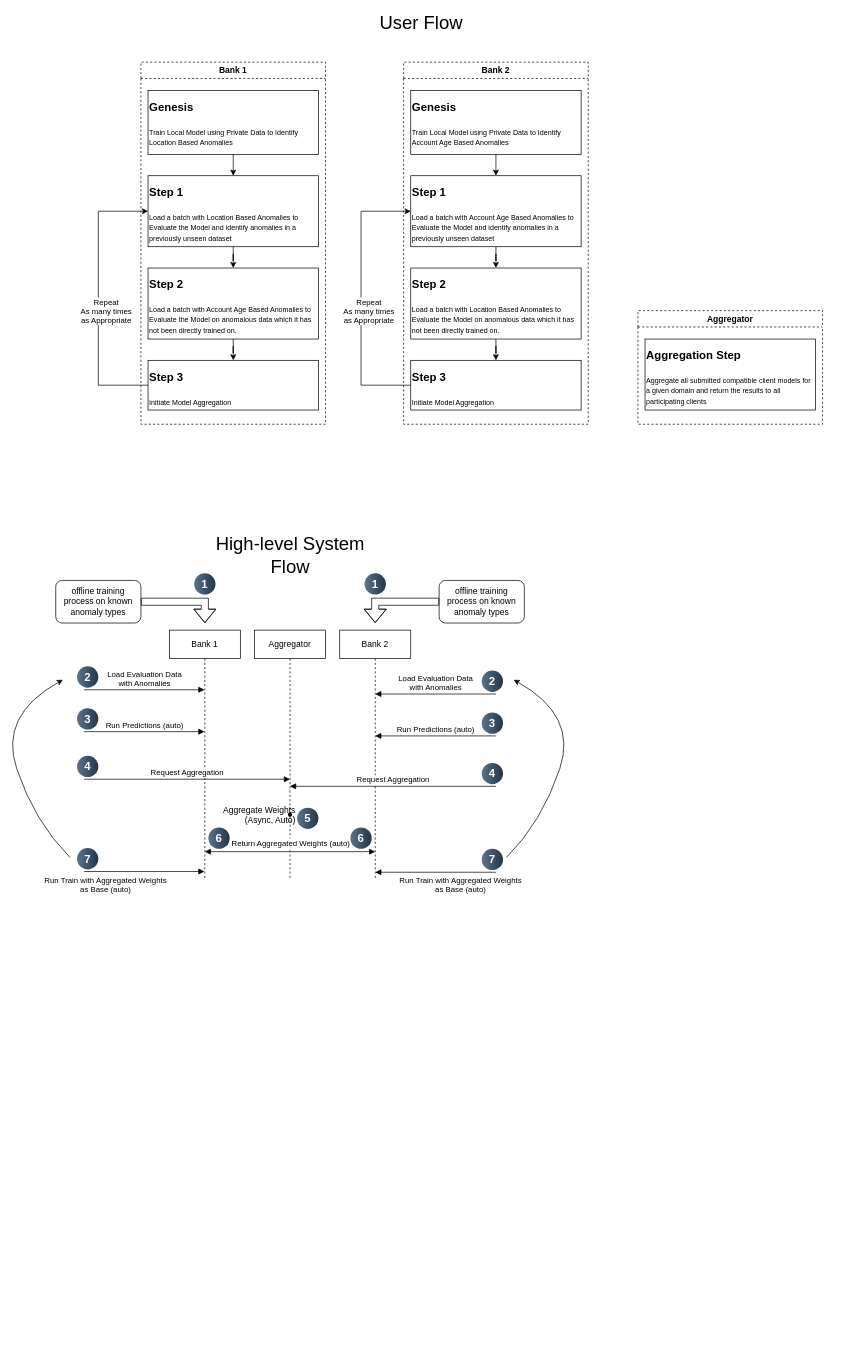
The draw.io diagram images/FL Workflows.drawio in sarthak-tickoo-jpmc/aikya-material-shared, before the edit. Source tidied: cells renumbered, new cells numbered last; positions are measured from the earlier drawing's top-left corner, leaving out a move shared by most shapes. Both pictures are drawn from the tidied source at 71%, with x=0, y=0 at pixel (-1, 12).
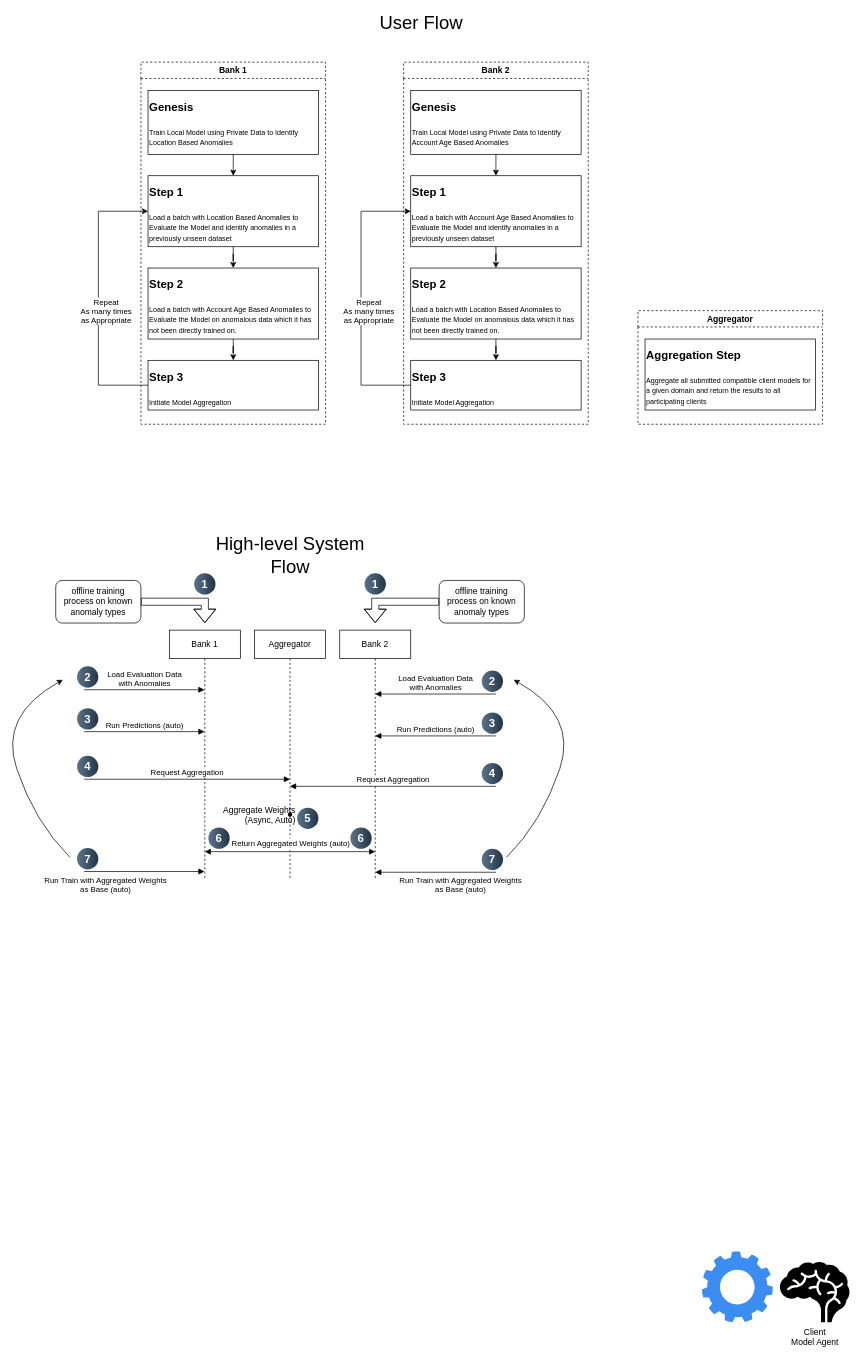
The same diagram, later.

Change to the diagram source:
```diff
@@
+    <mxCell id="59" value="Client &lt;br&gt;Model Agent" style="shape=mxgraph.signs.healthcare.brain;html=1;fillColor=#000000;strokeColor=none;verticalLabelPosition=bottom;verticalAlign=top;align=center;" parent="1" vertex="1">
+      <mxGeometry x="1100" y="1760" width="98" height="85" as="geometry" />
+    </mxCell>
+    <mxCell id="60" style="sketch=0;html=1;strokeColor=none;shadow=0;fillColor=#3B8DF1;verticalAlign=top;labelPosition=center;verticalLabelPosition=bottom;shape=mxgraph.gcp2.gear;" parent="1" vertex="1">
+      <mxGeometry x="990" y="1745" width="100" height="100" as="geometry" />
+    </mxCell>
```
